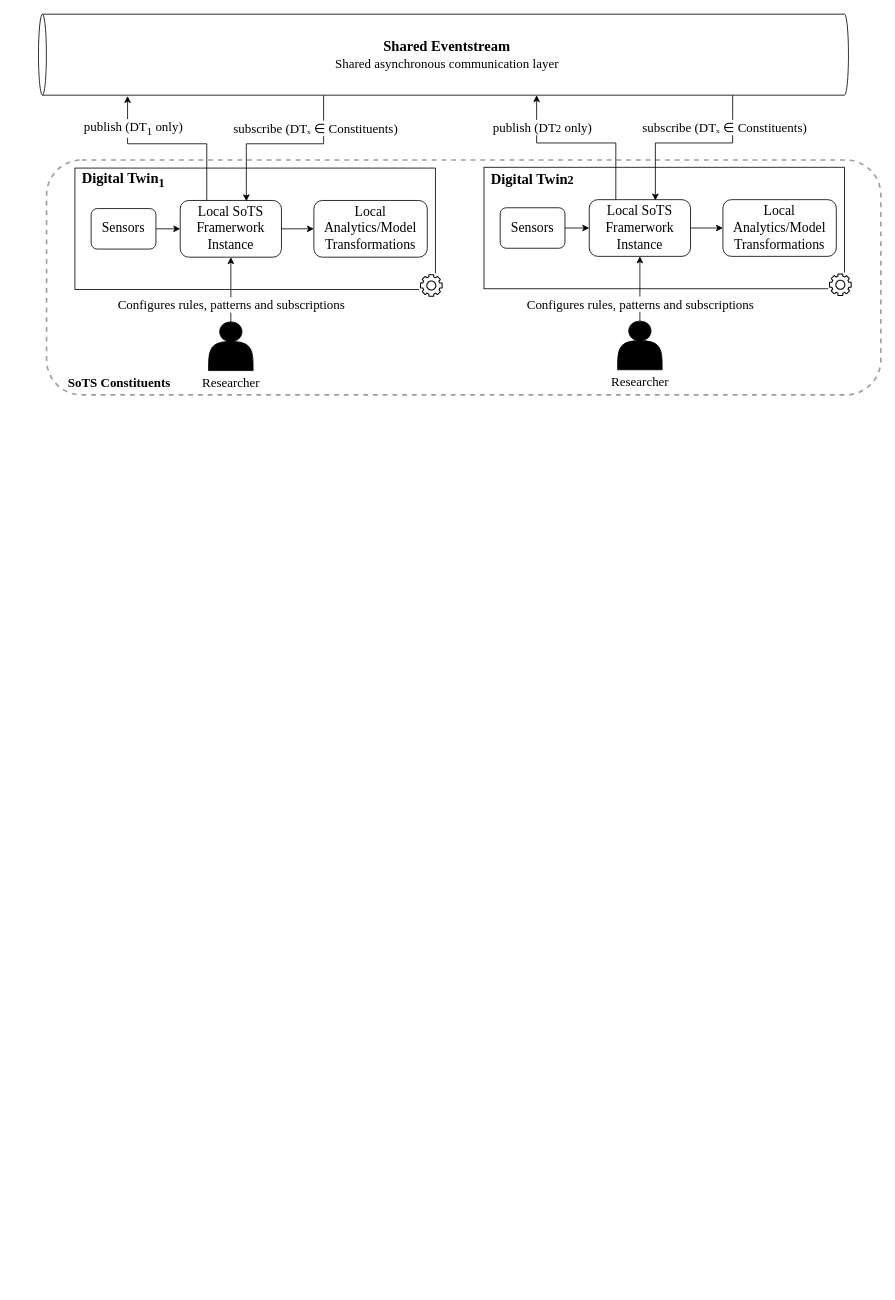
This is docs/Diagrams/C1 Context.drawio from ssm-lab/sots_cep, a draw.io file, before an edit. Source tidied: cells renumbered, new cells numbered last; positions are measured from the earlier drawing's top-left corner, leaving out a move shared by most shapes. Both pictures are drawn from the tidied source at 81%, with x=0, y=0 at pixel (14, 14).
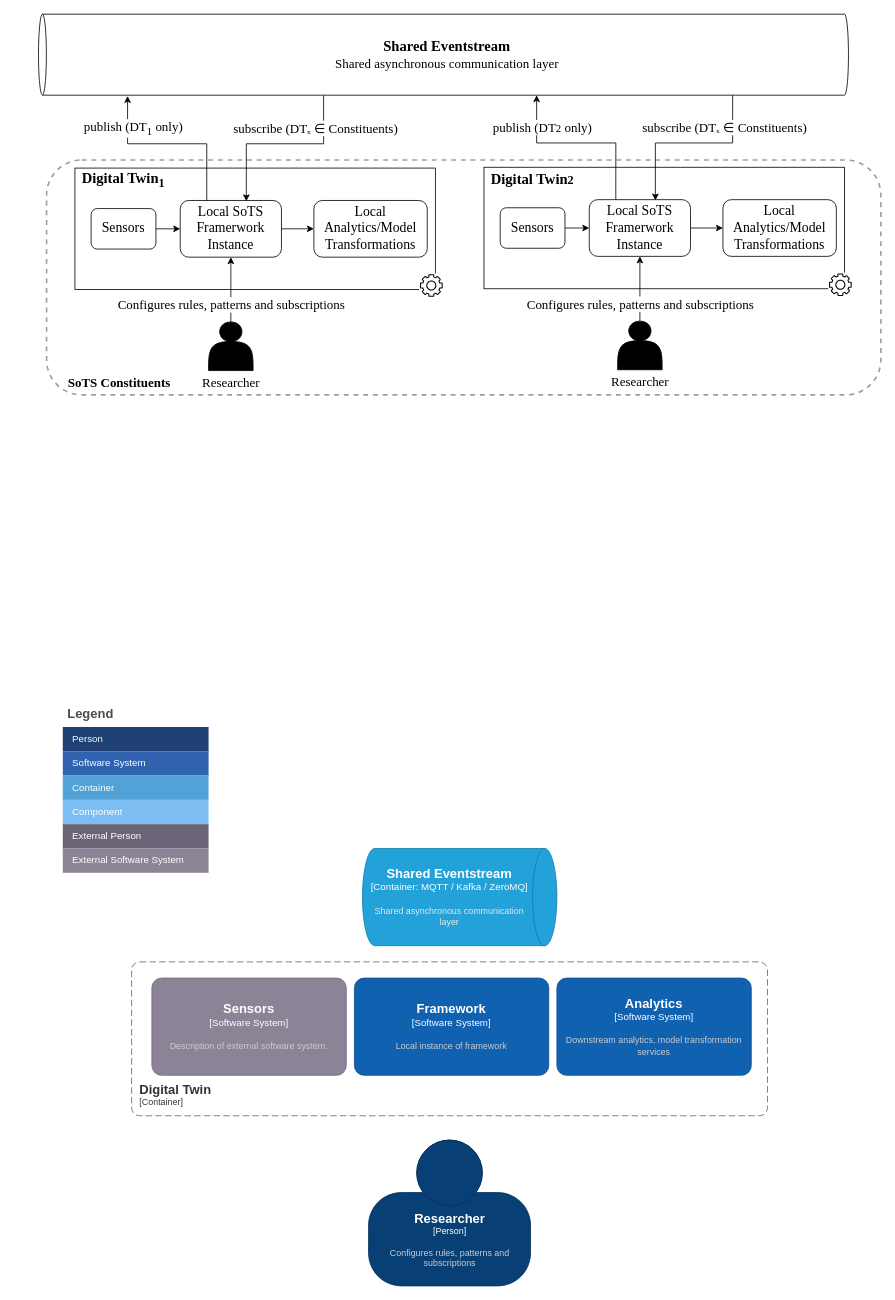
After the change.

What changed in the source:
```diff
@@
+    <mxCell id="42" value="Legend" style="shape=table;startSize=30;childLayout=tableLayout;fontSize=16;align=left;verticalAlign=top;fillColor=none;strokeColor=none;fontColor=#4D4D4D;fontStyle=1;spacingLeft=6;spacing=0;" parent="1" vertex="1">
+      <mxGeometry x="60" y="850" width="180" height="210" as="geometry" />
+    </mxCell>
+    <mxCell id="43" style="shape=tableRow;horizontal=0;startSize=0;swimlaneHead=0;swimlaneBody=0;strokeColor=inherit;top=0;left=0;bottom=0;right=0;fillColor=none;fontSize=12;" parent="42" vertex="1">
+      <mxGeometry y="30" width="180" height="30" as="geometry" />
+    </mxCell>
+    <mxCell id="44" value="Person" style="shape=partialRectangle;html=1;whiteSpace=wrap;strokeColor=inherit;overflow=hidden;fillColor=#1E4074;top=0;left=0;bottom=0;right=0;fontSize=12;align=left;fontColor=#FFFFFF;gradientColor=none;spacingLeft=10;spacingRight=4;" parent="43" vertex="1">
+      <mxGeometry width="180" height="30" as="geometry" />
+    </mxCell>
+    <mxCell id="45" style="shape=tableRow;horizontal=0;startSize=0;swimlaneHead=0;swimlaneBody=0;strokeColor=inherit;top=0;left=0;bottom=0;right=0;fillColor=none;fontSize=12;" parent="42" vertex="1">
+      <mxGeometry y="60" width="180" height="30" as="geometry" />
+    </mxCell>
+    <mxCell id="46" value="Software System" style="shape=partialRectangle;html=1;whiteSpace=wrap;strokeColor=inherit;overflow=hidden;fillColor=#3162AF;top=0;left=0;bottom=0;right=0;fontSize=12;align=left;fontColor=#FFFFFF;gradientColor=none;spacingLeft=10;spacingRight=4;" parent="45" vertex="1">
+      <mxGeometry width="180" height="30" as="geometry" />
+    </mxCell>
+    <mxCell id="47" style="shape=tableRow;horizontal=0;startSize=0;swimlaneHead=0;swimlaneBody=0;strokeColor=inherit;top=0;left=0;bottom=0;right=0;fillColor=none;fontSize=12;" parent="42" vertex="1">
+      <mxGeometry y="90" width="180" height="30" as="geometry" />
+    </mxCell>
+    <mxCell id="48" value="Container" style="shape=partialRectangle;html=1;whiteSpace=wrap;strokeColor=inherit;overflow=hidden;fillColor=#52a2d8;top=0;left=0;bottom=0;right=0;fontSize=12;align=left;fontColor=#FFFFFF;gradientColor=none;spacingLeft=10;spacingRight=4;" parent="47" vertex="1">
+      <mxGeometry width="180" height="30" as="geometry" />
+    </mxCell>
+    <mxCell id="49" style="shape=tableRow;horizontal=0;startSize=0;swimlaneHead=0;swimlaneBody=0;strokeColor=inherit;top=0;left=0;bottom=0;right=0;fillColor=none;fontSize=12;" parent="42" vertex="1">
+      <mxGeometry y="120" width="180" height="30" as="geometry" />
+    </mxCell>
+    <mxCell id="50" value="Component" style="shape=partialRectangle;html=1;whiteSpace=wrap;strokeColor=inherit;overflow=hidden;fillColor=#7dbef2;top=0;left=0;bottom=0;right=0;fontSize=12;align=left;fontColor=#FFFFFF;gradientColor=none;spacingLeft=10;spacingRight=4;" parent="49" vertex="1">
+      <mxGeometry width="180" height="30" as="geometry" />
+    </mxCell>
+    <mxCell id="51" style="shape=tableRow;horizontal=0;startSize=0;swimlaneHead=0;swimlaneBody=0;strokeColor=inherit;top=0;left=0;bottom=0;right=0;fillColor=none;fontSize=12;" parent="42" vertex="1">
+      <mxGeometry y="150" width="180" height="30" as="geometry" />
+    </mxCell>
+    <mxCell id="52" value="External Person" style="shape=partialRectangle;html=1;whiteSpace=wrap;strokeColor=inherit;overflow=hidden;fillColor=#6b6477;top=0;left=0;bottom=0;right=0;fontSize=12;align=left;fontColor=#FFFFFF;gradientColor=none;spacingLeft=10;spacingRight=4;" parent="51" vertex="1">
+      <mxGeometry width="180" height="30" as="geometry" />
+    </mxCell>
+    <mxCell id="53" style="shape=tableRow;horizontal=0;startSize=0;swimlaneHead=0;swimlaneBody=0;strokeColor=inherit;top=0;left=0;bottom=0;right=0;fillColor=none;fontSize=12;" parent="42" vertex="1">
+      <mxGeometry y="180" width="180" height="30" as="geometry" />
+    </mxCell>
+    <mxCell id="54" value="External Software System" style="shape=partialRectangle;html=1;whiteSpace=wrap;strokeColor=inherit;overflow=hidden;fillColor=#8b8496;top=0;left=0;bottom=0;right=0;fontSize=12;align=left;fontColor=#FFFFFF;gradientColor=none;spacingLeft=10;spacingRight=4;" parent="53" vertex="1">
+      <mxGeometry width="180" height="30" as="geometry" />
+    </mxCell>
+    <object id="55" label="&lt;font style=&quot;font-size: 16px&quot;&gt;&lt;b&gt;%c4Name%&lt;/b&gt;&lt;/font&gt;&lt;div&gt;[%c4Type%:&amp;nbsp;%c4Technology%]&lt;/div&gt;&lt;br&gt;&lt;div&gt;&lt;font style=&quot;font-size: 11px&quot;&gt;&lt;font color=&quot;#E6E6E6&quot;&gt;%c4Description%&lt;/font&gt;&lt;/div&gt;" c4Description="Shared asynchronous communication layer" c4Name="Shared Eventstream" c4Technology="MQTT / Kafka / ZeroMQ" c4Type="Container" placeholders="1">
+      <mxCell style="shape=cylinder3;size=15;direction=south;whiteSpace=wrap;html=1;boundedLbl=1;rounded=0;labelBackgroundColor=none;fillColor=#23A2D9;fontSize=12;fontColor=#ffffff;align=center;strokeColor=#0E7DAD;" parent="1" vertex="1">
+        <mxGeometry x="430" y="1030" width="240" height="120" as="geometry" />
+      </mxCell>
+    </object>
+    <object id="56" label="&lt;font style=&quot;font-size: 16px&quot;&gt;&lt;b&gt;&lt;div style=&quot;text-align: left&quot;&gt;%c4Name%&lt;/div&gt;&lt;/b&gt;&lt;/font&gt;&lt;div style=&quot;text-align: left&quot;&gt;[%c4Application%]&lt;/div&gt;" c4Application="Container" c4Name="Digital Twin" placeholders="1">
+      <mxCell style="rounded=1;fontSize=11;whiteSpace=wrap;html=1;dashed=1;arcSize=20;fillColor=none;strokeColor=#666666;fontColor=#333333;labelBackgroundColor=none;align=left;verticalAlign=bottom;labelBorderColor=none;spacingTop=0;spacing=10;dashPattern=8 4;perimeter=rectanglePerimeter;noLabel=0;labelPadding=0;absoluteArcSize=1;" parent="1" vertex="1">
+        <mxGeometry x="145" y="1170" width="785" height="190" as="geometry" />
+      </mxCell>
+    </object>
+    <object id="57" label="&lt;font style=&quot;font-size: 16px&quot;&gt;&lt;b&gt;%c4Name%&lt;/b&gt;&lt;/font&gt;&lt;div&gt;[%c4Type%]&lt;/div&gt;&lt;br&gt;&lt;div&gt;&lt;font style=&quot;font-size: 11px&quot;&gt;&lt;font color=&quot;#cccccc&quot;&gt;%c4Description%&lt;/font&gt;&lt;/div&gt;" c4Description="Description of external software system." c4Name="Sensors" c4Type="Software System" placeholders="1">
+      <mxCell style="rounded=1;whiteSpace=wrap;html=1;labelBackgroundColor=none;fillColor=#8C8496;fontColor=#ffffff;align=center;arcSize=10;strokeColor=#736782;" parent="1" vertex="1">
+        <mxGeometry x="170" y="1190" width="240" height="120" as="geometry" />
+      </mxCell>
+    </object>
+    <object id="58" label="&lt;font style=&quot;font-size: 16px&quot;&gt;&lt;b&gt;%c4Name%&lt;/b&gt;&lt;/font&gt;&lt;div&gt;[%c4Type%]&lt;/div&gt;&lt;br&gt;&lt;div&gt;&lt;font style=&quot;font-size: 11px&quot;&gt;&lt;font color=&quot;#cccccc&quot;&gt;%c4Description%&lt;/font&gt;&lt;/div&gt;" c4Description="Configures rules, patterns and subscriptions" c4Name="Researcher" c4Type="Person" placeholders="1">
+      <mxCell style="html=1;fontSize=11;dashed=0;whiteSpace=wrap;fillColor=#083F75;strokeColor=#06315C;fontColor=#ffffff;shape=mxgraph.c4.person2;align=center;" parent="1" vertex="1">
+        <mxGeometry x="437.5" y="1390" width="200" height="180" as="geometry" />
+      </mxCell>
+    </object>
+    <object id="59" label="&lt;font style=&quot;font-size: 16px&quot;&gt;&lt;b&gt;%c4Name%&lt;/b&gt;&lt;/font&gt;&lt;div&gt;[%c4Type%]&lt;/div&gt;&lt;br&gt;&lt;div&gt;&lt;font style=&quot;font-size: 11px&quot;&gt;&lt;font color=&quot;#cccccc&quot;&gt;%c4Description%&lt;/font&gt;&lt;/div&gt;" c4Description="Local instance of framework" c4Name="Framework" c4Type="Software System" placeholders="1">
+      <mxCell style="rounded=1;whiteSpace=wrap;html=1;labelBackgroundColor=none;fillColor=#1061B0;fontColor=#ffffff;align=center;arcSize=10;strokeColor=#0D5091;" parent="1" vertex="1">
+        <mxGeometry x="420" y="1190" width="240" height="120" as="geometry" />
+      </mxCell>
+    </object>
+    <object id="60" label="&lt;font style=&quot;font-size: 16px&quot;&gt;&lt;b&gt;%c4Name%&lt;/b&gt;&lt;/font&gt;&lt;div&gt;[%c4Type%]&lt;/div&gt;&lt;br&gt;&lt;div&gt;&lt;font style=&quot;font-size: 11px&quot;&gt;&lt;font color=&quot;#cccccc&quot;&gt;%c4Description%&lt;/font&gt;&lt;/div&gt;" c4Description="Downstream analytics, model transformation services" c4Name="Analytics" c4Type="Software System" placeholders="1">
+      <mxCell style="rounded=1;whiteSpace=wrap;html=1;labelBackgroundColor=none;fillColor=#1061B0;fontColor=#ffffff;align=center;arcSize=10;strokeColor=#0D5091;" parent="1" vertex="1">
+        <mxGeometry x="670" y="1190" width="240" height="120" as="geometry" />
+      </mxCell>
+    </object>
```
